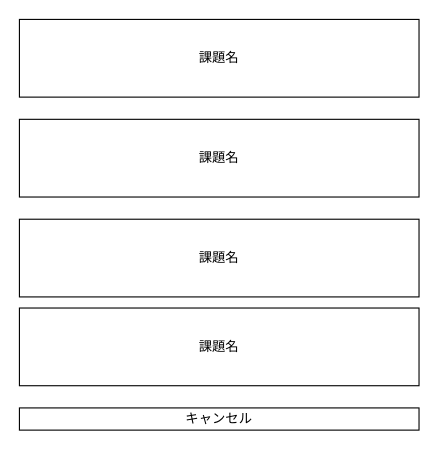
The draw.io diagram page "タスク回答一覧" (14 of 22) of doc/wire_frame.drawio in yodev21/ssgl, before the edit. Source tidied: cells renumbered, new cells numbered last; positions are measured from the earlier drawing's top-left corner, leaving out a move shared by most shapes. Both pictures are drawn from the tidied source at 111%, with x=0, y=0 at pixel (19, 19).
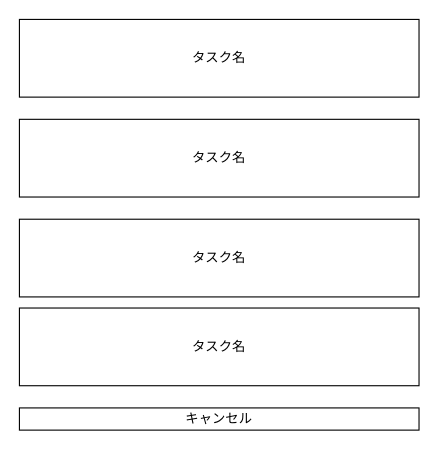
The same diagram, later.

What changed in the source:
```diff
@@
 <mxGraphModel>
   <root>
     <mxCell id="0" />
     <mxCell id="1" parent="0" />
-    <mxCell id="2" value="課題名" style="rounded=0;whiteSpace=wrap;html=1;" parent="1" vertex="1">
+    <mxCell id="2" value="タスク名" style="rounded=0;whiteSpace=wrap;html=1;" parent="1" vertex="1">
       <mxGeometry width="360" height="70" as="geometry" />
     </mxCell>
     <mxCell id="3" value="キャンセル" style="rounded=0;whiteSpace=wrap;html=1;" parent="1" vertex="1">
       <mxGeometry y="350" width="360" height="20" as="geometry" />
     </mxCell>
-    <mxCell id="4" value="課題名" style="rounded=0;whiteSpace=wrap;html=1;" parent="1" vertex="1">
+    <mxCell id="4" value="タスク名" style="rounded=0;whiteSpace=wrap;html=1;" parent="1" vertex="1">
       <mxGeometry y="90" width="360" height="70" as="geometry" />
     </mxCell>
-    <mxCell id="5" value="課題名" style="rounded=0;whiteSpace=wrap;html=1;" parent="1" vertex="1">
+    <mxCell id="5" value="タスク名" style="rounded=0;whiteSpace=wrap;html=1;" parent="1" vertex="1">
       <mxGeometry y="180" width="360" height="70" as="geometry" />
     </mxCell>
-    <mxCell id="6" value="課題名" style="rounded=0;whiteSpace=wrap;html=1;" parent="1" vertex="1">
+    <mxCell id="6" value="タスク名" style="rounded=0;whiteSpace=wrap;html=1;" parent="1" vertex="1">
       <mxGeometry y="260" width="360" height="70" as="geometry" />
     </mxCell>
   </root>
 </mxGraphModel>
```
